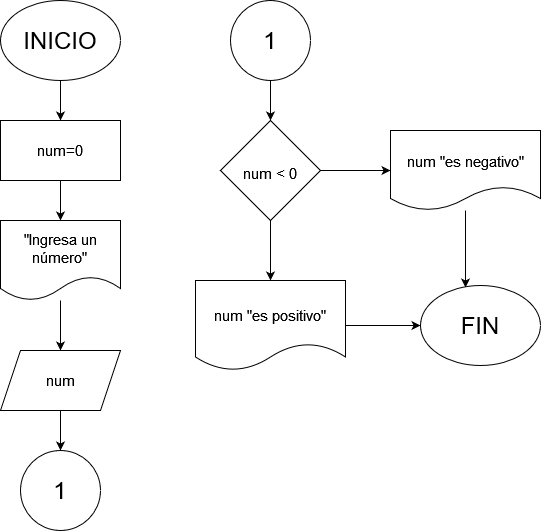
This is ejercicios_en_clase/estructuras_de_control_1.drawio.png from LuisEnrique0/Pensamiento_computacional, a draw.io export, as it was before one commit. Source tidied: cells renumbered, new cells last; positions are measured from the earlier drawing's top-left corner, leaving out a move shared by most shapes.
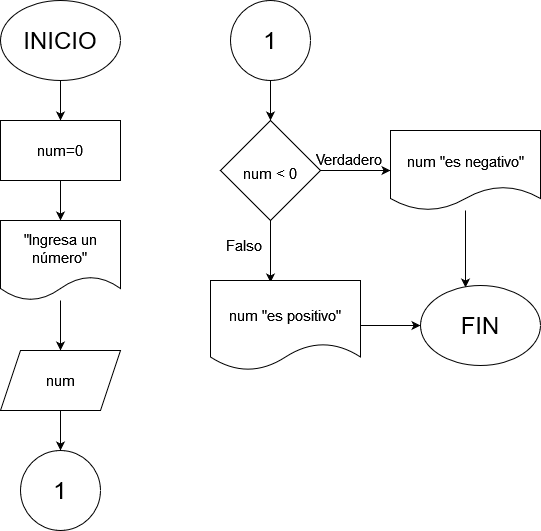
After the change.

Diff of the diagram source:
```diff
@@ -38,7 +38,7 @@
     <mxCell id="13" style="edgeStyle=orthogonalEdgeStyle;rounded=0;jettySize=auto;html=1;fontSize=15;" parent="1" edge="1" source="15" target="17">
       <mxGeometry relative="1" as="geometry" />
     </mxCell>
-    <mxCell id="14" style="edgeStyle=orthogonalEdgeStyle;rounded=0;jettySize=auto;html=1;fontSize=15;" parent="1" edge="1" source="15" target="19">
+    <mxCell id="14" style="edgeStyle=orthogonalEdgeStyle;rounded=0;jettySize=auto;html=1;entryX=0.4;entryY=0.022;entryDx=0;entryDy=0;entryPerimeter=0;fontSize=15;" parent="1" edge="1" source="15" target="19">
       <mxGeometry relative="1" as="geometry" />
     </mxCell>
     <mxCell id="15" value="&lt;font style=&quot;font-size: 15px;&quot;&gt;num &amp;lt; 0&lt;/font&gt;" style="rhombus;whiteSpace=wrap;html=1;fontSize=24;" parent="1" vertex="1">
@@ -54,10 +54,16 @@
       <mxGeometry relative="1" as="geometry" />
     </mxCell>
     <mxCell id="19" value="&lt;font style=&quot;font-size: 15px;&quot;&gt;num &quot;es positivo&quot;&lt;/font&gt;" style="shape=document;whiteSpace=wrap;html=1;boundedLbl=1;fontSize=24;" parent="1" vertex="1">
-      <mxGeometry x="195" y="280" width="150" height="90" as="geometry" />
+      <mxGeometry x="210" y="280" width="150" height="90" as="geometry" />
     </mxCell>
     <mxCell id="20" value="&lt;font style=&quot;font-size: 24px;&quot;&gt;FIN&lt;/font&gt;" style="ellipse;whiteSpace=wrap;html=1;fontSize=15;" parent="1" vertex="1">
       <mxGeometry x="420" y="285" width="120" height="80" as="geometry" />
     </mxCell>
+    <mxCell id="21" value="&lt;font style=&quot;font-size: 15px;&quot;&gt;Verdadero&lt;/font&gt;" style="text;strokeColor=none;fillColor=none;align=left;verticalAlign=middle;spacingLeft=4;spacingRight=4;overflow=hidden;whiteSpace=wrap;html=1;fontSize=24;" parent="1" vertex="1">
+      <mxGeometry x="310" y="140" width="80" height="30" as="geometry" />
+    </mxCell>
+    <mxCell id="22" value="Falso" style="text;strokeColor=none;fillColor=none;align=left;verticalAlign=middle;spacingLeft=4;spacingRight=4;overflow=hidden;whiteSpace=wrap;html=1;fontSize=15;" parent="1" vertex="1">
+      <mxGeometry x="220" y="230" width="80" height="30" as="geometry" />
+    </mxCell>
   </root>
 </mxGraphModel>
```
